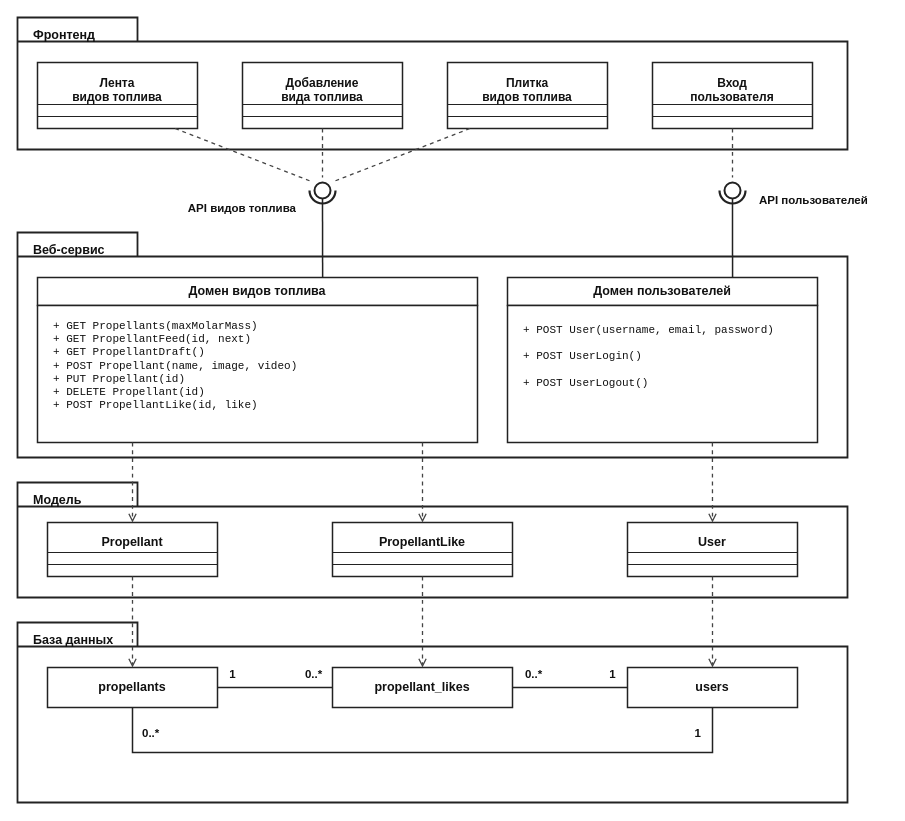
Above: class_diagram.drawio in Mr-Flyguy/propellant-impulse-backend (draw.io), before the change. Source tidied: cells renumbered, new cells numbered last; positions are measured from the earlier drawing's top-left corner, leaving out a move shared by most shapes. Both pictures are drawn from the tidied source at 100%, with x=0, y=0 at pixel (17, 17).
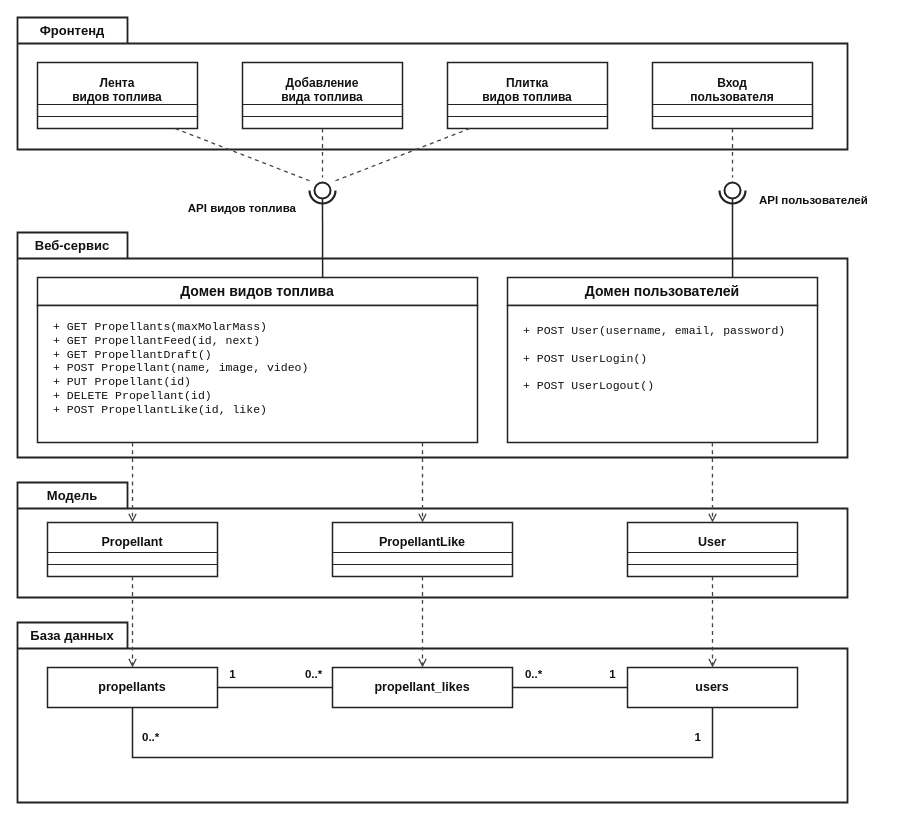
Above is the later version.

The change refers to these unchanged cells:
```xml
<mxCell id="46" value="propellants" style="rounded=0;whiteSpace=wrap;html=1;fillColor=#FFFFFF;strokeColor=#222222;strokeWidth=1.5;align=center;verticalAlign=middle;fontFamily=Helvetica;fontSize=12.5;fontStyle=1;fontColor=#111111;" parent="1" vertex="1">
  <mxGeometry x="30" y="650" width="170" height="40" as="geometry" />
</mxCell>
<mxCell id="48" value="users" style="rounded=0;whiteSpace=wrap;html=1;fillColor=#FFFFFF;strokeColor=#222222;strokeWidth=1.5;align=center;verticalAlign=middle;fontFamily=Helvetica;fontSize=12.5;fontStyle=1;fontColor=#111111;" parent="1" vertex="1">
  <mxGeometry x="610" y="650" width="170" height="40" as="geometry" />
</mxCell>
```

Diff of the diagram source:
```diff
@@
-    <mxCell id="2" value="Фронтенд" style="shape=folder;fontStyle=1;tabWidth=120;tabHeight=24;tabPosition=left;html=1;whiteSpace=wrap;fillColor=#FFFFFF;strokeColor=#222222;strokeWidth=1.8;fontColor=#111111;fontFamily=Helvetica;fontSize=12.5;align=left;verticalAlign=top;spacingLeft=14;spacingTop=4;" parent="1" vertex="1">
+    <mxCell id="2" value="Фронтенд" style="shape=folder;fontStyle=1;tabWidth=110;tabHeight=26;tabPosition=left;html=1;boundedLbl=1;labelInHeader=1;whiteSpace=wrap;fillColor=#FFFFFF;strokeColor=#222222;strokeWidth=1.8;fontColor=#111111;fontFamily=Helvetica;fontSize=13;align=center;verticalAlign=middle;" parent="1" vertex="1">
       <mxGeometry width="830" height="132" as="geometry" />
     </mxCell>
-    <mxCell id="3" value="Веб-сервис" style="shape=folder;fontStyle=1;tabWidth=120;tabHeight=24;tabPosition=left;html=1;whiteSpace=wrap;fillColor=#FFFFFF;strokeColor=#222222;strokeWidth=1.8;fontColor=#111111;fontFamily=Helvetica;fontSize=12.5;align=left;verticalAlign=top;spacingLeft=14;spacingTop=4;" parent="1" vertex="1">
+    <mxCell id="3" value="Веб-сервис" style="shape=folder;fontStyle=1;tabWidth=110;tabHeight=26;tabPosition=left;html=1;boundedLbl=1;labelInHeader=1;whiteSpace=wrap;fillColor=#FFFFFF;strokeColor=#222222;strokeWidth=1.8;fontColor=#111111;fontFamily=Helvetica;fontSize=13;align=center;verticalAlign=middle;" parent="1" vertex="1">
       <mxGeometry y="215" width="830" height="225" as="geometry" />
     </mxCell>
-    <mxCell id="4" value="Модель" style="shape=folder;fontStyle=1;tabWidth=120;tabHeight=24;tabPosition=left;html=1;whiteSpace=wrap;fillColor=#FFFFFF;strokeColor=#222222;strokeWidth=1.8;fontColor=#111111;fontFamily=Helvetica;fontSize=12.5;align=left;verticalAlign=top;spacingLeft=14;spacingTop=4;" parent="1" vertex="1">
+    <mxCell id="4" value="Модель" style="shape=folder;fontStyle=1;tabWidth=110;tabHeight=26;tabPosition=left;html=1;boundedLbl=1;labelInHeader=1;whiteSpace=wrap;fillColor=#FFFFFF;strokeColor=#222222;strokeWidth=1.8;fontColor=#111111;fontFamily=Helvetica;fontSize=13;align=center;verticalAlign=middle;" parent="1" vertex="1">
       <mxGeometry y="465" width="830" height="115" as="geometry" />
     </mxCell>
-    <mxCell id="5" value="База данных" style="shape=folder;fontStyle=1;tabWidth=120;tabHeight=24;tabPosition=left;html=1;whiteSpace=wrap;fillColor=#FFFFFF;strokeColor=#222222;strokeWidth=1.8;fontColor=#111111;fontFamily=Helvetica;fontSize=12.5;align=left;verticalAlign=top;spacingLeft=14;spacingTop=4;" parent="1" vertex="1">
+    <mxCell id="5" value="База данных" style="shape=folder;fontStyle=1;tabWidth=110;tabHeight=26;tabPosition=left;html=1;boundedLbl=1;labelInHeader=1;whiteSpace=wrap;fillColor=#FFFFFF;strokeColor=#222222;strokeWidth=1.8;fontColor=#111111;fontFamily=Helvetica;fontSize=13;align=center;verticalAlign=middle;" parent="1" vertex="1">
       <mxGeometry y="605" width="830" height="180" as="geometry" />
     </mxCell>
@@
-    <mxCell id="28" value="Домен видов топлива" style="rounded=0;whiteSpace=wrap;html=1;fillColor=#FFFFFF;strokeColor=#222222;strokeWidth=1.5;fontStyle=1;fontSize=12.5;fontFamily=Helvetica;align=center;verticalAlign=middle;fontColor=#111111;" parent="1" vertex="1">
+    <mxCell id="28" value="Домен видов топлива" style="rounded=0;whiteSpace=wrap;html=1;fillColor=#FFFFFF;strokeColor=#222222;strokeWidth=1.5;fontStyle=1;fontSize=14;fontFamily=Helvetica;align=center;verticalAlign=middle;fontColor=#111111;" parent="1" vertex="1">
       <mxGeometry x="20" y="260" width="440" height="28" as="geometry" />
     </mxCell>
-    <mxCell id="29" value="+ GET Propellants(maxMolarMass)&lt;br/&gt;+ GET PropellantFeed(id, next)&lt;br/&gt;+ GET PropellantDraft()&lt;br/&gt;+ POST Propellant(name, image, video)&lt;br/&gt;+ PUT Propellant(id)&lt;br/&gt;+ DELETE Propellant(id)&lt;br/&gt;+ POST PropellantLike(id, like)" style="rounded=0;whiteSpace=wrap;html=1;fillColor=#FFFFFF;strokeColor=#222222;strokeWidth=1.5;align=left;verticalAlign=top;spacingLeft=14;spacingTop=8;fontFamily=Consolas,monospace;fontSize=11;lineHeight=1.5;fontColor=#111111;" parent="1" vertex="1">
+    <mxCell id="29" value="+ GET Propellants(maxMolarMass)&lt;br/&gt;+ GET PropellantFeed(id, next)&lt;br/&gt;+ GET PropellantDraft()&lt;br/&gt;+ POST Propellant(name, image, video)&lt;br/&gt;+ PUT Propellant(id)&lt;br/&gt;+ DELETE Propellant(id)&lt;br/&gt;+ POST PropellantLike(id, like)" style="rounded=0;whiteSpace=wrap;html=1;fillColor=#FFFFFF;strokeColor=#222222;strokeWidth=1.5;align=left;verticalAlign=top;spacingLeft=14;spacingTop=8;fontFamily=Consolas,monospace;fontSize=11.5;lineHeight=1.45;fontColor=#111111;" parent="1" vertex="1">
       <mxGeometry x="20" y="288" width="440" height="137" as="geometry" />
     </mxCell>
-    <mxCell id="30" value="Домен пользователей" style="rounded=0;whiteSpace=wrap;html=1;fillColor=#FFFFFF;strokeColor=#222222;strokeWidth=1.5;fontStyle=1;fontSize=12.5;fontFamily=Helvetica;align=center;verticalAlign=middle;fontColor=#111111;" parent="1" vertex="1">
+    <mxCell id="30" value="Домен пользователей" style="rounded=0;whiteSpace=wrap;html=1;fillColor=#FFFFFF;strokeColor=#222222;strokeWidth=1.5;fontStyle=1;fontSize=14;fontFamily=Helvetica;align=center;verticalAlign=middle;fontColor=#111111;" parent="1" vertex="1">
       <mxGeometry x="490" y="260" width="310" height="28" as="geometry" />
     </mxCell>
-    <mxCell id="31" value="+ POST User(username, email, password)&lt;br/&gt;&lt;br/&gt;+ POST UserLogin()&lt;br/&gt;&lt;br/&gt;+ POST UserLogout()" style="rounded=0;whiteSpace=wrap;html=1;fillColor=#FFFFFF;strokeColor=#222222;strokeWidth=1.5;align=left;verticalAlign=top;spacingLeft=14;spacingTop=12;fontFamily=Consolas,monospace;fontSize=11;lineHeight=1.8;fontColor=#111111;" parent="1" vertex="1">
+    <mxCell id="31" value="+ POST User(username, email, password)&lt;br/&gt;&lt;br/&gt;+ POST UserLogin()&lt;br/&gt;&lt;br/&gt;+ POST UserLogout()" style="rounded=0;whiteSpace=wrap;html=1;fillColor=#FFFFFF;strokeColor=#222222;strokeWidth=1.5;align=left;verticalAlign=top;spacingLeft=14;spacingTop=12;fontFamily=Consolas,monospace;fontSize=11.5;lineHeight=1.8;fontColor=#111111;" parent="1" vertex="1">
       <mxGeometry x="490" y="288" width="310" height="137" as="geometry" />
     </mxCell>
@@
     <mxCell id="58" style="edgeStyle=orthogonalEdgeStyle;rounded=0;jettySize=auto;html=1;endArrow=none;strokeColor=#222222;strokeWidth=1.5;curved=0;exitX=0.5;exitY=1;entryX=0.5;entryY=1;" parent="1" edge="1" source="46" target="48">
       <mxGeometry relative="1" as="geometry">
         <Array as="points">
-          <mxPoint x="115" y="735" />
-          <mxPoint x="695" y="735" />
+          <mxPoint x="115" y="740" />
+          <mxPoint x="695" y="740" />
         </Array>
       </mxGeometry>
     </mxCell>
     <mxCell id="59" value="0..*" style="text;html=1;align=left;verticalAlign=top;fontSize=11.5;fontFamily=Helvetica;fontStyle=1;fontColor=#111111;" parent="1" vertex="1">
-      <mxGeometry x="123" y="703" width="26" height="16" as="geometry" />
+      <mxGeometry x="123" y="707" width="26" height="16" as="geometry" />
     </mxCell>
     <mxCell id="60" value="1" style="text;html=1;align=right;verticalAlign=top;fontSize=11.5;fontFamily=Helvetica;fontStyle=1;fontColor=#111111;" parent="1" vertex="1">
-      <mxGeometry x="669" y="703" width="16" height="16" as="geometry" />
+      <mxGeometry x="669" y="707" width="16" height="16" as="geometry" />
     </mxCell>
```
